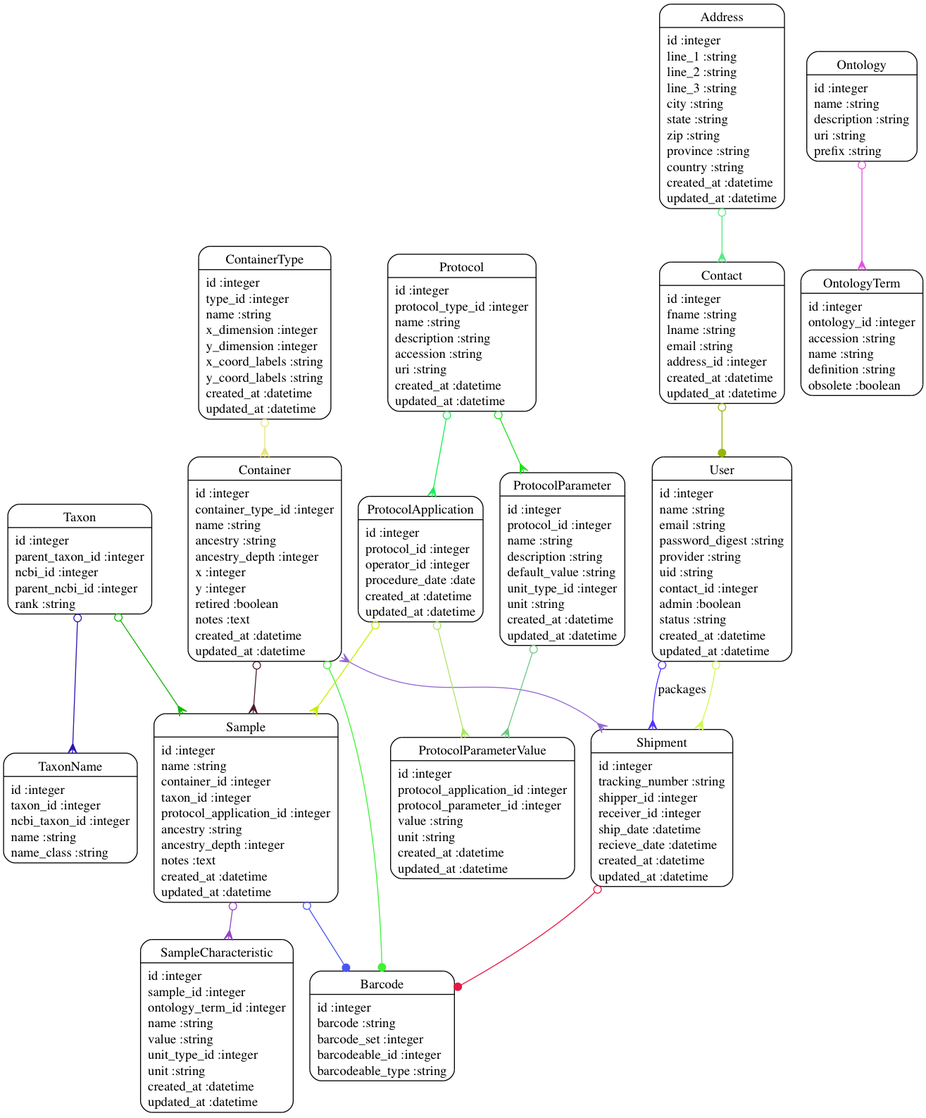
Above: models.png in dimitras/collos (Graphviz), before the change. Its source is kept beside it as models.dot.
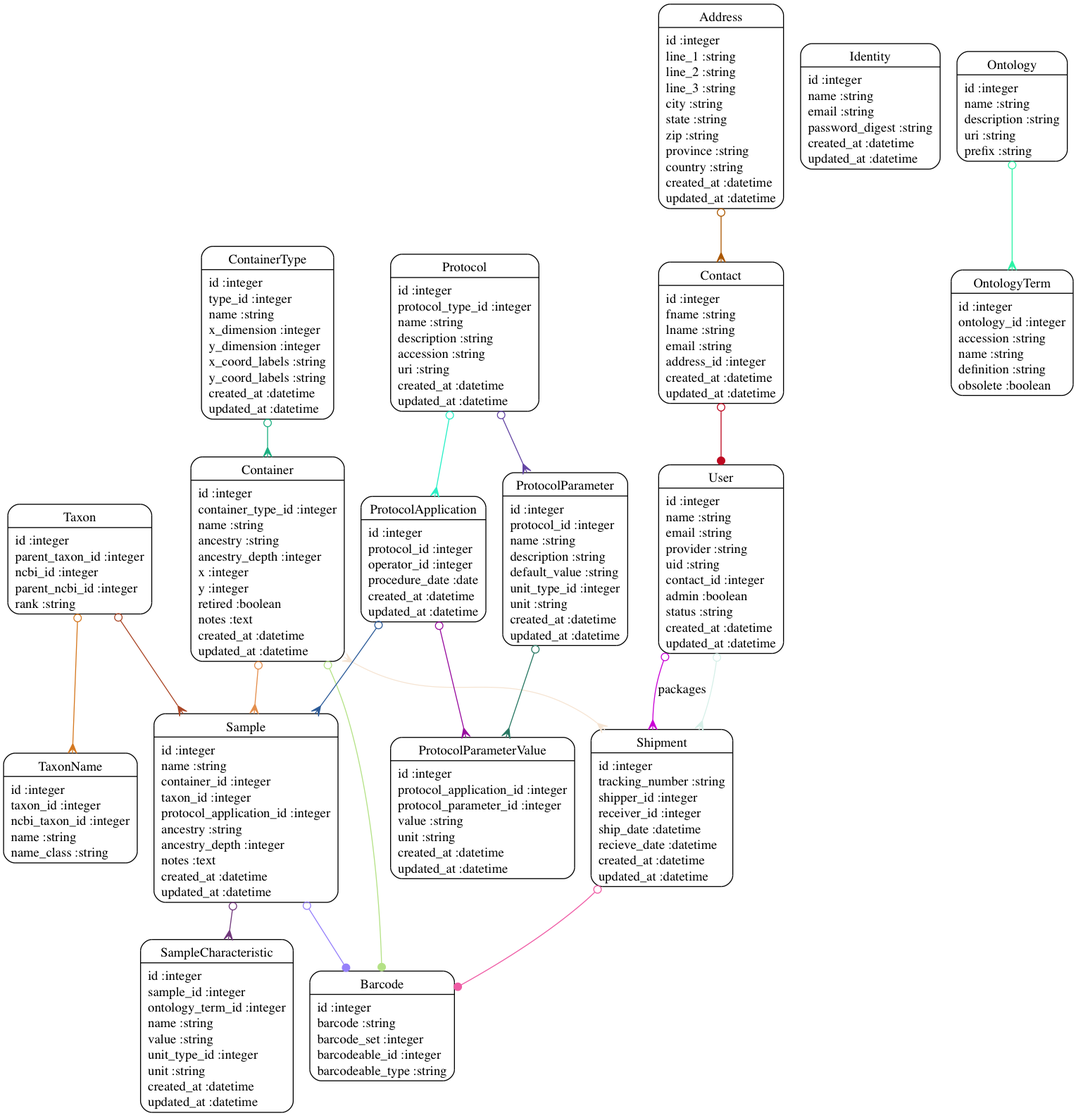
After the commit.

Commit message:
updated DB to move pw to identity model. models re-annotated. mostly works, need to stage a user as pending registration

Change to the diagram source:
```diff
@@ -5,6 +5,7 @@
 	"Contact" [shape=Mrecord, label="{Contact|id :integer\lfname :string\llname :string\lemail :string\laddress_id :integer\lcreated_at :datetime\lupdated_at :datetime\l}"]
 	"Container" [shape=Mrecord, label="{Container|id :integer\lcontainer_type_id :integer\lname :string\lancestry :string\lancestry_depth :integer\lx :integer\ly :integer\lretired :boolean\lnotes :text\lcreated_at :datetime\lupdated_at :datetime\l}"]
 	"ContainerType" [shape=Mrecord, label="{ContainerType|id :integer\ltype_id :integer\lname :string\lx_dimension :integer\ly_dimension :integer\lx_coord_labels :string\ly_coord_labels :string\lcreated_at :datetime\lupdated_at :datetime\l}"]
+	"Identity" [shape=Mrecord, label="{Identity|id :integer\lname :string\lemail :string\lpassword_digest :string\lcreated_at :datetime\lupdated_at :datetime\l}"]
 	"Ontology" [shape=Mrecord, label="{Ontology|id :integer\lname :string\ldescription :string\luri :string\lprefix :string\l}"]
 	"OntologyTerm" [shape=Mrecord, label="{OntologyTerm|id :integer\lontology_id :integer\laccession :string\lname :string\ldefinition :string\lobsolete :boolean\l}"]
 	"Protocol" [shape=Mrecord, label="{Protocol|id :integer\lprotocol_type_id :integer\lname :string\ldescription :string\laccession :string\luri :string\lcreated_at :datetime\lupdated_at :datetime\l}"]
@@ -16,24 +17,24 @@
 	"Shipment" [shape=Mrecord, label="{Shipment|id :integer\ltracking_number :string\lshipper_id :integer\lreceiver_id :integer\lship_date :datetime\lrecieve_date :datetime\lcreated_at :datetime\lupdated_at :datetime\l}"]
 	"Taxon" [shape=Mrecord, label="{Taxon|id :integer\lparent_taxon_id :integer\lncbi_id :integer\lparent_ncbi_id :integer\lrank :string\l}"]
 	"TaxonName" [shape=Mrecord, label="{TaxonName|id :integer\ltaxon_id :integer\lncbi_taxon_id :integer\lname :string\lname_class :string\l}"]
-	"User" [shape=Mrecord, label="{User|id :integer\lname :string\lemail :string\lpassword_digest :string\lprovider :string\luid :string\lcontact_id :integer\ladmin :boolean\lstatus :string\lcreated_at :datetime\lupdated_at :datetime\l}"]
-	"Address" -> "Contact" [arrowtail=odot, arrowhead=crow, dir=both color="#56EA82"]
-	"Contact" -> "User" [arrowtail=odot, arrowhead=dot, dir=both color="#93B70A"]
-	"Container" -> "Sample" [arrowtail=odot, arrowhead=crow, dir=both color="#4B1C30"]
-	"Container" -> "Barcode" [arrowtail=odot, arrowhead=dot, dir=both color="#40F236"]
-	"Container" -> "Shipment" [arrowtail=crow, arrowhead=crow, dir=both color="#9567D4"]
-	"ContainerType" -> "Container" [arrowtail=odot, arrowhead=crow, dir=both color="#E7E47B"]
-	"Ontology" -> "OntologyTerm" [arrowtail=odot, arrowhead=crow, dir=both color="#E352E1"]
-	"Protocol" -> "ProtocolApplication" [arrowtail=odot, arrowhead=crow, dir=both color="#1BED58"]
-	"Protocol" -> "ProtocolParameter" [arrowtail=odot, arrowhead=crow, dir=both color="#20E019"]
-	"ProtocolApplication" -> "Sample" [arrowtail=odot, arrowhead=crow, dir=both color="#C4EE01"]
-	"ProtocolApplication" -> "ProtocolParameterValue" [arrowtail=odot, arrowhead=crow, dir=both color="#ACE56A"]
-	"ProtocolParameter" -> "ProtocolParameterValue" [arrowtail=odot, arrowhead=crow, dir=both color="#6EC785"]
-	"Sample" -> "Barcode" [arrowtail=odot, arrowhead=dot, dir=both color="#4B54F0"]
-	"Sample" -> "SampleCharacteristic" [arrowtail=odot, arrowhead=crow, dir=both color="#9843C1"]
-	"Shipment" -> "Barcode" [arrowtail=odot, arrowhead=dot, dir=both color="#E51745"]
-	"Taxon" -> "Sample" [arrowtail=odot, arrowhead=crow, dir=both color="#12B506"]
-	"Taxon" -> "TaxonName" [arrowtail=odot, arrowhead=crow, dir=both color="#3013AE"]
-	"User" -> "Shipment" [arrowtail=odot, arrowhead=crow, dir=both color="#CFF854"]
-	"User" -> "Shipment" [label="packages", arrowtail=odot, arrowhead=crow, dir=both color="#5231FC"]
+	"User" [shape=Mrecord, label="{User|id :integer\lname :string\lemail :string\lprovider :string\luid :string\lcontact_id :integer\ladmin :boolean\lstatus :string\lcreated_at :datetime\lupdated_at :datetime\l}"]
+	"Address" -> "Contact" [arrowtail=odot, arrowhead=crow, dir=both color="#AA5701"]
+	"Contact" -> "User" [arrowtail=odot, arrowhead=dot, dir=both color="#BD0921"]
+	"Container" -> "Sample" [arrowtail=odot, arrowhead=crow, dir=both color="#E38D4B"]
+	"Container" -> "Barcode" [arrowtail=odot, arrowhead=dot, dir=both color="#B4E186"]
+	"Container" -> "Shipment" [arrowtail=crow, arrowhead=crow, dir=both color="#F5E4D3"]
+	"ContainerType" -> "Container" [arrowtail=odot, arrowhead=crow, dir=both color="#1CAF81"]
+	"Ontology" -> "OntologyTerm" [arrowtail=odot, arrowhead=crow, dir=both color="#2CF3A6"]
+	"Protocol" -> "ProtocolApplication" [arrowtail=odot, arrowhead=crow, dir=both color="#28EFC6"]
+	"Protocol" -> "ProtocolParameter" [arrowtail=odot, arrowhead=crow, dir=both color="#6446A4"]
+	"ProtocolApplication" -> "Sample" [arrowtail=odot, arrowhead=crow, dir=both color="#2B5A98"]
+	"ProtocolApplication" -> "ProtocolParameterValue" [arrowtail=odot, arrowhead=crow, dir=both color="#970B9E"]
+	"ProtocolParameter" -> "ProtocolParameterValue" [arrowtail=odot, arrowhead=crow, dir=both color="#277762"]
+	"Sample" -> "Barcode" [arrowtail=odot, arrowhead=dot, dir=both color="#9580FA"]
+	"Sample" -> "SampleCharacteristic" [arrowtail=odot, arrowhead=crow, dir=both color="#70377B"]
+	"Shipment" -> "Barcode" [arrowtail=odot, arrowhead=dot, dir=both color="#EE5AA4"]
+	"Taxon" -> "Sample" [arrowtail=odot, arrowhead=crow, dir=both color="#AA4626"]
+	"Taxon" -> "TaxonName" [arrowtail=odot, arrowhead=crow, dir=both color="#D47820"]
+	"User" -> "Shipment" [arrowtail=odot, arrowhead=crow, dir=both color="#D6EFE8"]
+	"User" -> "Shipment" [label="packages", arrowtail=odot, arrowhead=crow, dir=both color="#C901D5"]
 }
```
